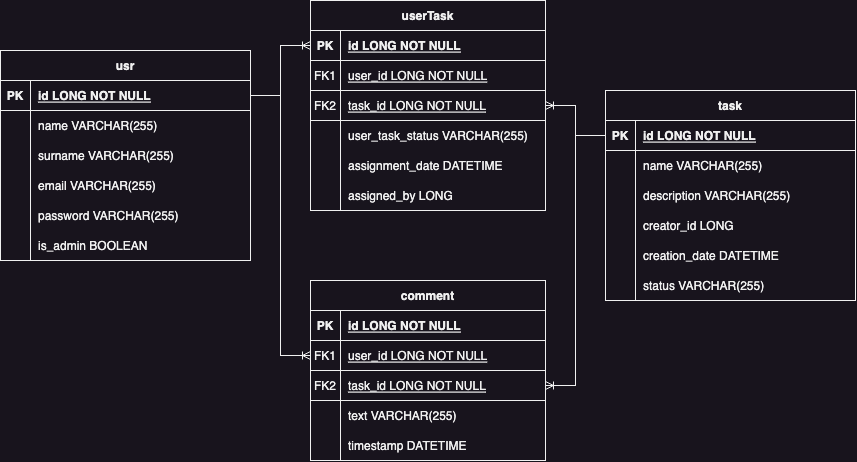
Earlier version of the draw.io export _docs/er_diagram.png (mtimoxenko/media-workbench). Source tidied: cells renumbered, new cells last; positions are measured from the earlier drawing's top-left corner, leaving out a move shared by most shapes.
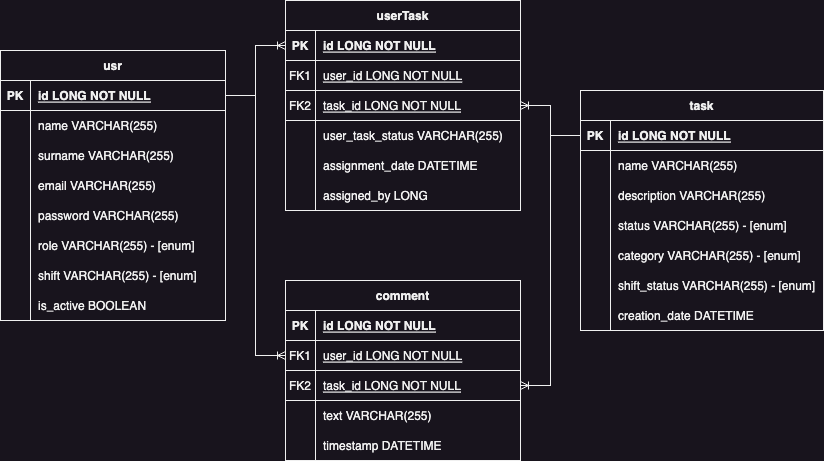
After the change.

What changed in the source:
```diff
@@ -3,119 +3,146 @@
     <mxCell id="0" />
     <mxCell id="1" parent="0" />
     <mxCell id="2" value="usr" style="shape=table;startSize=30;rowLines=0;fontStyle=1;align=center;" parent="1" vertex="1">
-      <mxGeometry y="50" width="250" height="210" as="geometry" />
+      <mxGeometry x="25" y="50" width="225" height="270" as="geometry" />
     </mxCell>
     <mxCell id="3" style="shape=partialRectangle;fillColor=none;points=[[0,0.5],[1,0.5]];portConstraint=eastwest;top=0;left=0;right=0;bottom=1;" parent="2" vertex="1">
-      <mxGeometry y="30" width="250" height="30" as="geometry" />
+      <mxGeometry y="30" width="225" height="30" as="geometry" />
     </mxCell>
     <mxCell id="4" value="PK" style="shape=partialRectangle;overflow=hidden;fillColor=none;top=0;left=0;bottom=0;right=0;fontStyle=1;" parent="3" vertex="1">
       <mxGeometry width="30" height="30" as="geometry" />
     </mxCell>
     <mxCell id="5" value="id LONG NOT NULL " style="shape=partialRectangle;overflow=hidden;fillColor=none;top=0;left=0;bottom=0;right=0;align=left;spacingLeft=6;fontStyle=5;" parent="3" vertex="1">
-      <mxGeometry x="30" width="220" height="30" as="geometry" />
+      <mxGeometry x="30" width="195" height="30" as="geometry" />
     </mxCell>
     <mxCell id="6" style="shape=partialRectangle;fillColor=none;top=0;left=0;right=0;bottom=0;" parent="2" vertex="1">
-      <mxGeometry y="60" width="250" height="30" as="geometry" />
+      <mxGeometry y="60" width="225" height="30" as="geometry" />
     </mxCell>
     <mxCell id="7" style="shape=partialRectangle;overflow=hidden;fillColor=none;top=0;left=0;bottom=0;right=0;" parent="6" vertex="1">
       <mxGeometry width="30" height="30" as="geometry" />
     </mxCell>
     <mxCell id="8" value="name VARCHAR(255)" style="shape=partialRectangle;overflow=hidden;fillColor=none;top=0;left=0;bottom=0;right=0;align=left;spacingLeft=6;" parent="6" vertex="1">
-      <mxGeometry x="30" width="220" height="30" as="geometry" />
+      <mxGeometry x="30" width="195" height="30" as="geometry" />
     </mxCell>
     <mxCell id="9" style="shape=partialRectangle;fillColor=none;top=0;left=0;right=0;bottom=0;" parent="2" vertex="1">
-      <mxGeometry y="90" width="250" height="30" as="geometry" />
+      <mxGeometry y="90" width="225" height="30" as="geometry" />
     </mxCell>
     <mxCell id="10" style="shape=partialRectangle;overflow=hidden;fillColor=none;top=0;left=0;bottom=0;right=0;" parent="9" vertex="1">
       <mxGeometry width="30" height="30" as="geometry" />
     </mxCell>
     <mxCell id="11" value="surname VARCHAR(255)" style="shape=partialRectangle;overflow=hidden;fillColor=none;top=0;left=0;bottom=0;right=0;align=left;spacingLeft=6;" parent="9" vertex="1">
-      <mxGeometry x="30" width="220" height="30" as="geometry" />
+      <mxGeometry x="30" width="195" height="30" as="geometry" />
     </mxCell>
     <mxCell id="12" style="shape=partialRectangle;fillColor=none;top=0;left=0;right=0;bottom=0;" parent="2" vertex="1">
-      <mxGeometry y="120" width="250" height="30" as="geometry" />
+      <mxGeometry y="120" width="225" height="30" as="geometry" />
     </mxCell>
     <mxCell id="13" style="shape=partialRectangle;overflow=hidden;fillColor=none;top=0;left=0;bottom=0;right=0;" parent="12" vertex="1">
       <mxGeometry width="30" height="30" as="geometry" />
     </mxCell>
     <mxCell id="14" value="email VARCHAR(255)" style="shape=partialRectangle;overflow=hidden;fillColor=none;top=0;left=0;bottom=0;right=0;align=left;spacingLeft=6;" parent="12" vertex="1">
-      <mxGeometry x="30" width="220" height="30" as="geometry" />
+      <mxGeometry x="30" width="195" height="30" as="geometry" />
     </mxCell>
     <mxCell id="15" style="shape=partialRectangle;fillColor=none;top=0;left=0;right=0;bottom=0;" parent="2" vertex="1">
-      <mxGeometry y="150" width="250" height="30" as="geometry" />
+      <mxGeometry y="150" width="225" height="30" as="geometry" />
     </mxCell>
     <mxCell id="16" style="shape=partialRectangle;overflow=hidden;fillColor=none;top=0;left=0;bottom=0;right=0;" parent="15" vertex="1">
       <mxGeometry width="30" height="30" as="geometry" />
     </mxCell>
     <mxCell id="17" value="password VARCHAR(255)" style="shape=partialRectangle;overflow=hidden;fillColor=none;top=0;left=0;bottom=0;right=0;align=left;spacingLeft=6;" parent="15" vertex="1">
-      <mxGeometry x="30" width="220" height="30" as="geometry" />
+      <mxGeometry x="30" width="195" height="30" as="geometry" />
     </mxCell>
     <mxCell id="18" style="shape=partialRectangle;fillColor=none;top=0;left=0;right=0;bottom=0;" parent="2" vertex="1">
-      <mxGeometry y="180" width="250" height="30" as="geometry" />
+      <mxGeometry y="180" width="225" height="30" as="geometry" />
     </mxCell>
     <mxCell id="19" style="shape=partialRectangle;overflow=hidden;fillColor=none;top=0;left=0;bottom=0;right=0;" parent="18" vertex="1">
       <mxGeometry width="30" height="30" as="geometry" />
     </mxCell>
-    <mxCell id="20" value="is_admin BOOLEAN" style="shape=partialRectangle;overflow=hidden;fillColor=none;top=0;left=0;bottom=0;right=0;align=left;spacingLeft=6;" parent="18" vertex="1">
-      <mxGeometry x="30" width="220" height="30" as="geometry" />
+    <mxCell id="20" value="role VARCHAR(255) - [enum]" style="shape=partialRectangle;overflow=hidden;fillColor=none;top=0;left=0;bottom=0;right=0;align=left;spacingLeft=6;" parent="18" vertex="1">
+      <mxGeometry x="30" width="195" height="30" as="geometry" />
     </mxCell>
+    <mxCell id="79" style="shape=partialRectangle;fillColor=none;top=0;left=0;right=0;bottom=0;" parent="2" vertex="1">
+      <mxGeometry y="210" width="225" height="30" as="geometry" />
+    </mxCell>
+    <mxCell id="80" style="shape=partialRectangle;overflow=hidden;fillColor=none;top=0;left=0;bottom=0;right=0;" parent="79" vertex="1">
+      <mxGeometry width="30" height="30" as="geometry" />
+    </mxCell>
+    <mxCell id="81" value="shift VARCHAR(255) - [enum]" style="shape=partialRectangle;overflow=hidden;fillColor=none;top=0;left=0;bottom=0;right=0;align=left;spacingLeft=6;" parent="79" vertex="1">
+      <mxGeometry x="30" width="195" height="30" as="geometry" />
+    </mxCell>
+    <mxCell id="82" style="shape=partialRectangle;fillColor=none;top=0;left=0;right=0;bottom=0;" parent="2" vertex="1">
+      <mxGeometry y="240" width="225" height="30" as="geometry" />
+    </mxCell>
+    <mxCell id="83" style="shape=partialRectangle;overflow=hidden;fillColor=none;top=0;left=0;bottom=0;right=0;" parent="82" vertex="1">
+      <mxGeometry width="30" height="30" as="geometry" />
+    </mxCell>
+    <mxCell id="84" value="is_active BOOLEAN" style="shape=partialRectangle;overflow=hidden;fillColor=none;top=0;left=0;bottom=0;right=0;align=left;spacingLeft=6;" parent="82" vertex="1">
+      <mxGeometry x="30" width="195" height="30" as="geometry" />
+    </mxCell>
     <mxCell id="21" value="task" style="shape=table;startSize=30;rowLines=0;fontStyle=1;align=center;" parent="1" vertex="1">
-      <mxGeometry x="605" y="90" width="250" height="210" as="geometry" />
+      <mxGeometry x="605" y="90" width="243" height="240" as="geometry" />
     </mxCell>
     <mxCell id="22" style="shape=partialRectangle;fillColor=none;points=[[0,0.5],[1,0.5]];portConstraint=eastwest;top=0;left=0;right=0;bottom=1;" parent="21" vertex="1">
-      <mxGeometry y="30" width="250" height="30" as="geometry" />
+      <mxGeometry y="30" width="243" height="30" as="geometry" />
     </mxCell>
     <mxCell id="23" value="PK" style="shape=partialRectangle;overflow=hidden;fillColor=none;top=0;left=0;bottom=0;right=0;fontStyle=1;" parent="22" vertex="1">
       <mxGeometry width="30" height="30" as="geometry" />
     </mxCell>
     <mxCell id="24" value="id LONG NOT NULL " style="shape=partialRectangle;overflow=hidden;fillColor=none;top=0;left=0;bottom=0;right=0;align=left;spacingLeft=6;fontStyle=5;" parent="22" vertex="1">
-      <mxGeometry x="30" width="220" height="30" as="geometry" />
+      <mxGeometry x="30" width="213" height="30" as="geometry" />
     </mxCell>
     <mxCell id="25" style="shape=partialRectangle;fillColor=none;top=0;left=0;right=0;bottom=0;" parent="21" vertex="1">
-      <mxGeometry y="60" width="250" height="30" as="geometry" />
+      <mxGeometry y="60" width="243" height="30" as="geometry" />
     </mxCell>
     <mxCell id="26" style="shape=partialRectangle;overflow=hidden;fillColor=none;top=0;left=0;bottom=0;right=0;" parent="25" vertex="1">
       <mxGeometry width="30" height="30" as="geometry" />
     </mxCell>
     <mxCell id="27" value="name VARCHAR(255)" style="shape=partialRectangle;overflow=hidden;fillColor=none;top=0;left=0;bottom=0;right=0;align=left;spacingLeft=6;" parent="25" vertex="1">
-      <mxGeometry x="30" width="220" height="30" as="geometry" />
+      <mxGeometry x="30" width="213" height="30" as="geometry" />
     </mxCell>
     <mxCell id="28" style="shape=partialRectangle;fillColor=none;top=0;left=0;right=0;bottom=0;" parent="21" vertex="1">
-      <mxGeometry y="90" width="250" height="30" as="geometry" />
+      <mxGeometry y="90" width="243" height="30" as="geometry" />
     </mxCell>
     <mxCell id="29" style="shape=partialRectangle;overflow=hidden;fillColor=none;top=0;left=0;bottom=0;right=0;" parent="28" vertex="1">
       <mxGeometry width="30" height="30" as="geometry" />
     </mxCell>
     <mxCell id="30" value="description VARCHAR(255)" style="shape=partialRectangle;overflow=hidden;fillColor=none;top=0;left=0;bottom=0;right=0;align=left;spacingLeft=6;" parent="28" vertex="1">
-      <mxGeometry x="30" width="220" height="30" as="geometry" />
+      <mxGeometry x="30" width="213" height="30" as="geometry" />
     </mxCell>
-    <mxCell id="31" style="shape=partialRectangle;fillColor=none;top=0;left=0;right=0;bottom=0;" parent="21" vertex="1">
-      <mxGeometry y="120" width="250" height="30" as="geometry" />
-    </mxCell>
-    <mxCell id="32" style="shape=partialRectangle;overflow=hidden;fillColor=none;top=0;left=0;bottom=0;right=0;" parent="31" vertex="1">
-      <mxGeometry width="30" height="30" as="geometry" />
-    </mxCell>
-    <mxCell id="33" value="creator_id LONG" style="shape=partialRectangle;overflow=hidden;fillColor=none;top=0;left=0;bottom=0;right=0;align=left;spacingLeft=6;" parent="31" vertex="1">
-      <mxGeometry x="30" width="220" height="30" as="geometry" />
-    </mxCell>
+    <mxCell id="85" style="shape=partialRectangle;fillColor=none;top=0;left=0;right=0;bottom=0;" parent="21" vertex="1">
+      <mxGeometry y="120" width="243" height="30" as="geometry" />
+    </mxCell>
+    <mxCell id="86" style="shape=partialRectangle;overflow=hidden;fillColor=none;top=0;left=0;bottom=0;right=0;" parent="85" vertex="1">
+      <mxGeometry width="30" height="30" as="geometry" />
+    </mxCell>
+    <mxCell id="87" value="status VARCHAR(255) - [enum]" style="shape=partialRectangle;overflow=hidden;fillColor=none;top=0;left=0;bottom=0;right=0;align=left;spacingLeft=6;" parent="85" vertex="1">
+      <mxGeometry x="30" width="213" height="30" as="geometry" />
+    </mxCell>
+    <mxCell id="88" style="shape=partialRectangle;fillColor=none;top=0;left=0;right=0;bottom=0;" parent="21" vertex="1">
+      <mxGeometry y="150" width="243" height="30" as="geometry" />
+    </mxCell>
+    <mxCell id="89" style="shape=partialRectangle;overflow=hidden;fillColor=none;top=0;left=0;bottom=0;right=0;" parent="88" vertex="1">
+      <mxGeometry width="30" height="30" as="geometry" />
+    </mxCell>
+    <mxCell id="90" value="category VARCHAR(255) - [enum]" style="shape=partialRectangle;overflow=hidden;fillColor=none;top=0;left=0;bottom=0;right=0;align=left;spacingLeft=6;" parent="88" vertex="1">
+      <mxGeometry x="30" width="213" height="30" as="geometry" />
+    </mxCell>
+    <mxCell id="91" style="shape=partialRectangle;fillColor=none;top=0;left=0;right=0;bottom=0;" parent="21" vertex="1">
+      <mxGeometry y="180" width="243" height="30" as="geometry" />
+    </mxCell>
+    <mxCell id="92" style="shape=partialRectangle;overflow=hidden;fillColor=none;top=0;left=0;bottom=0;right=0;" parent="91" vertex="1">
+      <mxGeometry width="30" height="30" as="geometry" />
+    </mxCell>
+    <mxCell id="93" value="shift_status VARCHAR(255) - [enum]" style="shape=partialRectangle;overflow=hidden;fillColor=none;top=0;left=0;bottom=0;right=0;align=left;spacingLeft=6;" parent="91" vertex="1">
+      <mxGeometry x="30" width="213" height="30" as="geometry" />
+    </mxCell>
     <mxCell id="34" style="shape=partialRectangle;fillColor=none;top=0;left=0;right=0;bottom=0;" parent="21" vertex="1">
-      <mxGeometry y="150" width="250" height="30" as="geometry" />
+      <mxGeometry y="210" width="243" height="30" as="geometry" />
     </mxCell>
     <mxCell id="35" style="shape=partialRectangle;overflow=hidden;fillColor=none;top=0;left=0;bottom=0;right=0;" parent="34" vertex="1">
       <mxGeometry width="30" height="30" as="geometry" />
     </mxCell>
     <mxCell id="36" value="creation_date DATETIME" style="shape=partialRectangle;overflow=hidden;fillColor=none;top=0;left=0;bottom=0;right=0;align=left;spacingLeft=6;" parent="34" vertex="1">
-      <mxGeometry x="30" width="220" height="30" as="geometry" />
+      <mxGeometry x="30" width="213" height="30" as="geometry" />
     </mxCell>
-    <mxCell id="37" style="shape=partialRectangle;fillColor=none;top=0;left=0;right=0;bottom=0;" parent="21" vertex="1">
-      <mxGeometry y="180" width="250" height="30" as="geometry" />
-    </mxCell>
-    <mxCell id="38" style="shape=partialRectangle;overflow=hidden;fillColor=none;top=0;left=0;bottom=0;right=0;" parent="37" vertex="1">
-      <mxGeometry width="30" height="30" as="geometry" />
-    </mxCell>
-    <mxCell id="39" value="status VARCHAR(255)" style="shape=partialRectangle;overflow=hidden;fillColor=none;top=0;left=0;bottom=0;right=0;align=left;spacingLeft=6;" parent="37" vertex="1">
-      <mxGeometry x="30" width="220" height="30" as="geometry" />
-    </mxCell>
     <mxCell id="40" style="edgeStyle=entityRelationEdgeStyle;fontSize=12;html=1;endArrow=ERoneToMany;rounded=0;exitX=1;exitY=0.5;exitDx=0;exitDy=0;entryX=0;entryY=0.5;entryDx=0;entryDy=0;" parent="1" edge="1" source="3">
       <mxGeometry relative="1" as="geometry">
         <mxPoint x="310" y="45" as="targetPoint" />
```
